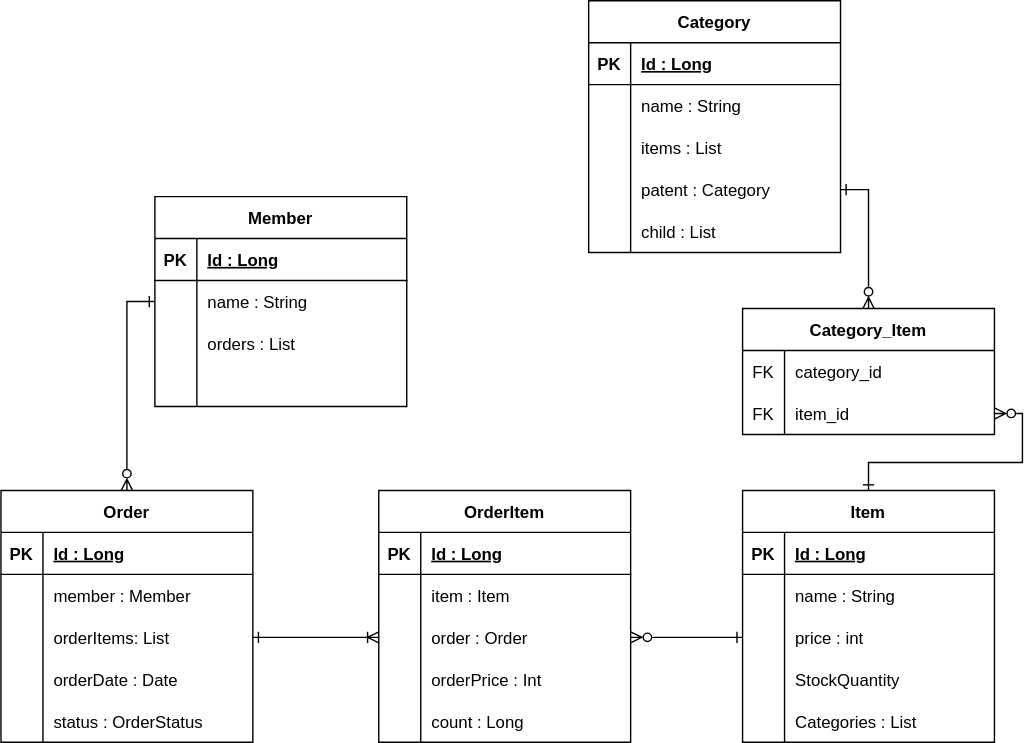
Before: document/erd.svg, a diagram exported from draw.io (dev1week/shop-test). Source tidied: cells renumbered, new cells last; positions are measured from the earlier drawing's top-left corner, leaving out a move shared by most shapes.
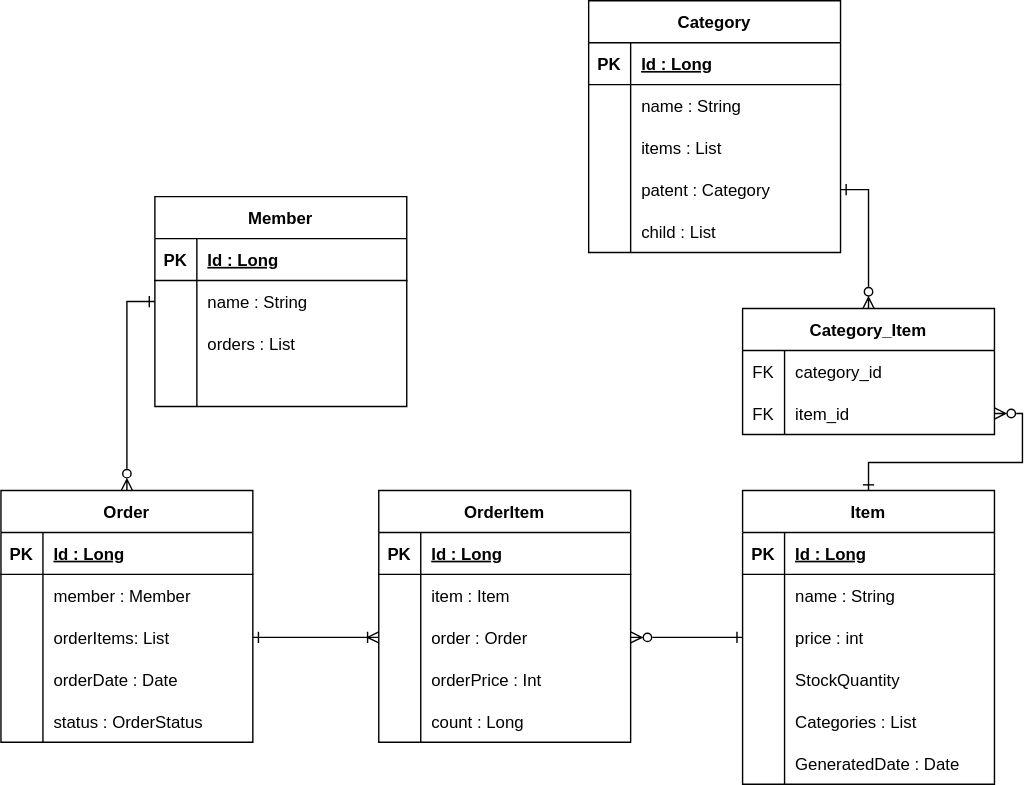
The same file after the commit.

Diff of the diagram source:
```diff
@@ -186,7 +186,7 @@
       <mxGeometry x="30" width="150" height="30" as="geometry" />
     </mxCell>
     <mxCell id="63" value="Item" style="shape=table;startSize=30;rowLines=0;fontStyle=1;align=center;" parent="1" vertex="1">
-      <mxGeometry x="530" y="350" width="180" height="180" as="geometry" />
+      <mxGeometry x="530" y="350" width="180" height="210" as="geometry" />
     </mxCell>
     <mxCell id="64" style="shape=tableRow;horizontal=0;startSize=0;swimlaneHead=0;swimlaneBody=0;fillColor=none;top=0;left=0;right=0;bottom=1;" parent="63" vertex="1">
       <mxGeometry y="30" width="180" height="30" as="geometry" />
@@ -233,6 +233,15 @@
     <mxCell id="78" value="Categories : List" style="shape=partialRectangle;fillColor=none;top=0;left=0;bottom=0;right=0;align=left;spacingLeft=6;overflow=hidden;" parent="76" vertex="1">
       <mxGeometry x="30" width="150" height="30" as="geometry" />
     </mxCell>
+    <mxCell id="91" style="shape=tableRow;horizontal=0;startSize=0;swimlaneHead=0;swimlaneBody=0;fillColor=none;top=0;left=0;right=0;bottom=0;" parent="63" vertex="1">
+      <mxGeometry y="180" width="180" height="30" as="geometry" />
+    </mxCell>
+    <mxCell id="92" style="shape=partialRectangle;fillColor=none;top=0;left=0;bottom=0;right=0;overflow=hidden;" parent="91" vertex="1">
+      <mxGeometry width="30" height="30" as="geometry" />
+    </mxCell>
+    <mxCell id="93" value="GeneratedDate : Date" style="shape=partialRectangle;fillColor=none;top=0;left=0;bottom=0;right=0;align=left;spacingLeft=6;overflow=hidden;" parent="91" vertex="1">
+      <mxGeometry x="30" width="150" height="30" as="geometry" />
+    </mxCell>
     <mxCell id="79" style="edgeStyle=orthogonalEdgeStyle;rounded=0;jettySize=auto;html=1;exitX=1;exitY=0.5;exitDx=0;exitDy=0;endArrow=ERoneToMany;endFill=0;startArrow=ERone;startFill=0;" parent="1" edge="1" source="22" target="38">
       <mxGeometry relative="1" as="geometry" />
     </mxCell>
```
